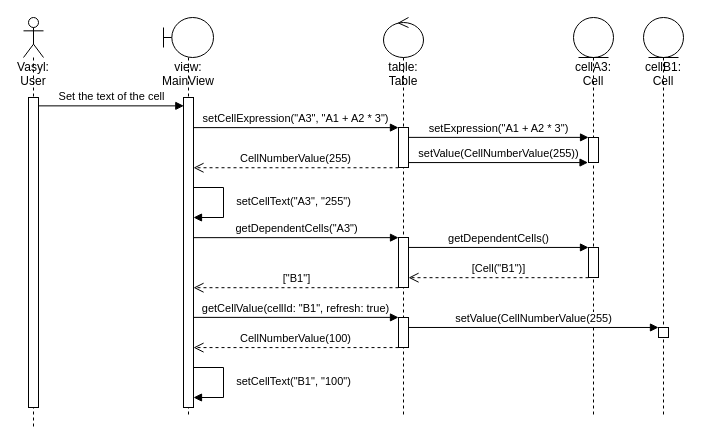
Earlier version of the draw.io diagram sequence-diagram.drawio (shevelidze/knu-oop-lab-1). Source tidied: cells renumbered, new cells numbered last; positions are measured from the earlier drawing's top-left corner, leaving out a move shared by most shapes. Both pictures are drawn from the tidied source at 100%, with x=0, y=0 at pixel (23, 17).
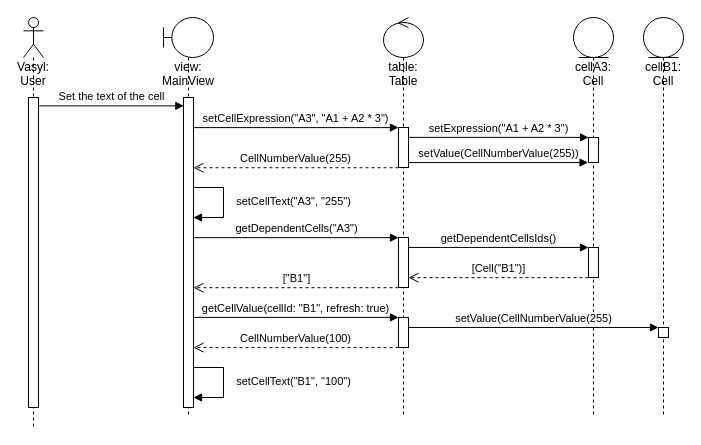
After the change.

Unchanged cells that the change refers to:
```xml
<mxCell id="10" style="html=1;points=[];perimeter=orthogonalPerimeter;" parent="8" vertex="1">
  <mxGeometry x="15" y="220" width="10" height="50" as="geometry" />
</mxCell>
<mxCell id="14" style="html=1;points=[];perimeter=orthogonalPerimeter;" parent="12" vertex="1">
  <mxGeometry x="15" y="230" width="10" height="30" as="geometry" />
</mxCell>
```

What changed in the source:
```diff
@@
-    <mxCell id="25" value="getDependentCells()" style="html=1;verticalAlign=bottom;endArrow=block;rounded=0;entryX=-0.002;entryY=-0.002;entryDx=0;entryDy=0;entryPerimeter=0;" parent="1" edge="1" source="10" target="14">
+    <mxCell id="25" value="getDependentCellsIds()" style="html=1;verticalAlign=bottom;endArrow=block;rounded=0;entryX=-0.002;entryY=-0.002;entryDx=0;entryDy=0;entryPerimeter=0;" parent="1" edge="1" source="10" target="14">
       <mxGeometry relative="1" as="geometry" />
     </mxCell>
```
